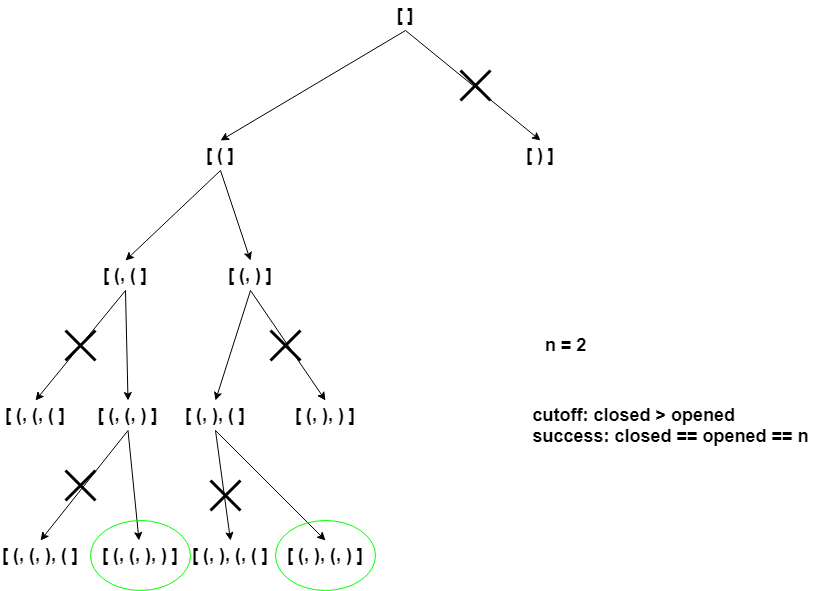
Before: Neetcode150/img/GenerateParantheses.png, a diagram exported from draw.io (ashiven/leetcode-solutions). Source tidied: cells renumbered, new cells last; positions are measured from the earlier drawing's top-left corner, leaving out a move shared by most shapes.
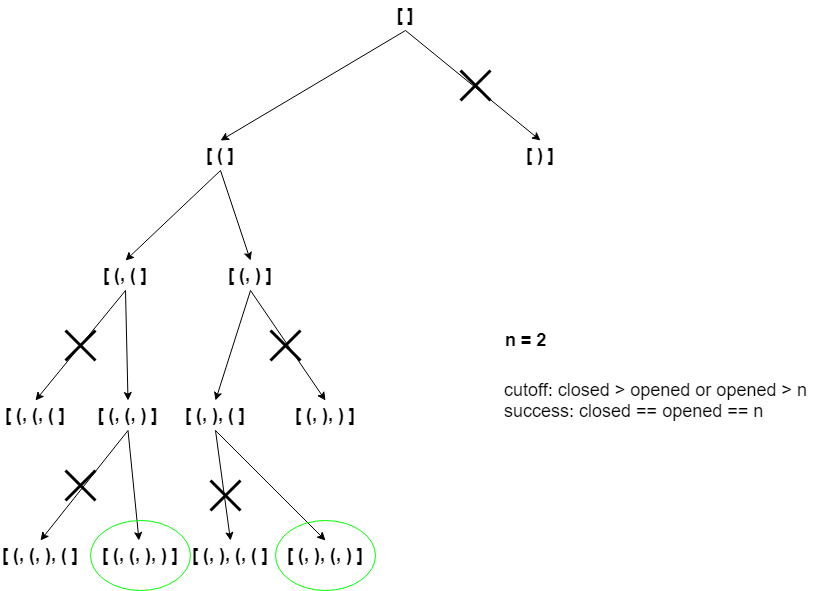
The same diagram one commit later.

The edit, as a diff of the source:
```diff
@@ -29,8 +29,8 @@
     <mxCell id="10" value="&lt;font style=&quot;font-size: 18px;&quot;&gt;&lt;b&gt;[ (, (, ( ]&lt;/b&gt;&lt;/font&gt;" style="text;strokeColor=none;align=center;fillColor=none;html=1;verticalAlign=middle;whiteSpace=wrap;rounded=0;" parent="1" vertex="1">
       <mxGeometry y="400" width="70" height="30" as="geometry" />
     </mxCell>
-    <mxCell id="11" value="&lt;div style=&quot;text-align: justify;&quot;&gt;&lt;br&gt;&lt;/div&gt;&lt;b&gt;&lt;div style=&quot;text-align: justify;&quot;&gt;&lt;b style=&quot;background-color: initial;&quot;&gt;cutoff: closed &amp;gt; opened&lt;/b&gt;&lt;/div&gt;&lt;div style=&quot;text-align: justify;&quot;&gt;&lt;b style=&quot;background-color: initial;&quot;&gt;success: closed == opened == n&lt;/b&gt;&lt;/div&gt;&lt;/b&gt;" style="text;html=1;align=center;verticalAlign=middle;strokeColor=none;fillColor=none;fontSize=18;" parent="1" vertex="1">
-      <mxGeometry x="520" y="375" width="300" height="80" as="geometry" />
+    <mxCell id="11" value="&lt;div style=&quot;text-align: justify;&quot;&gt;&lt;br&gt;&lt;/div&gt;&lt;div style=&quot;text-align: justify;&quot;&gt;&lt;span style=&quot;background-color: initial;&quot;&gt;cutoff: closed &amp;gt; opened or opened &amp;gt; n&lt;/span&gt;&lt;/div&gt;&lt;div style=&quot;text-align: justify;&quot;&gt;&lt;span style=&quot;background-color: initial;&quot;&gt;success: closed == opened == n&lt;/span&gt;&lt;/div&gt;" style="text;html=1;align=center;verticalAlign=middle;strokeColor=none;fillColor=none;fontSize=18;" parent="1" vertex="1">
+      <mxGeometry x="490" y="350" width="330" height="80" as="geometry" />
     </mxCell>
     <mxCell id="12" style="endArrow=classic;html=1;rounded=0;fontSize=18;exitX=0.5;exitY=1;exitDx=0;exitDy=0;entryX=0.5;entryY=0;entryDx=0;entryDy=0;" parent="1" edge="1" source="3" target="4">
       <mxGeometry relative="1" as="geometry" />
@@ -57,7 +57,7 @@
       <mxGeometry relative="1" as="geometry" />
     </mxCell>
     <mxCell id="20" value="&lt;b&gt;n = 2&lt;/b&gt;" style="text;html=1;align=center;verticalAlign=middle;strokeColor=none;fillColor=none;fontSize=18;" parent="1" vertex="1">
-      <mxGeometry x="530" y="325" width="70" height="40" as="geometry" />
+      <mxGeometry x="490" y="320" width="70" height="40" as="geometry" />
     </mxCell>
     <mxCell id="21" style="endArrow=classic;html=1;rounded=0;fontSize=18;exitX=0.5;exitY=1;exitDx=0;exitDy=0;entryX=0.5;entryY=0;entryDx=0;entryDy=0;" parent="1" edge="1" source="8" target="9">
       <mxGeometry relative="1" as="geometry" />
```
